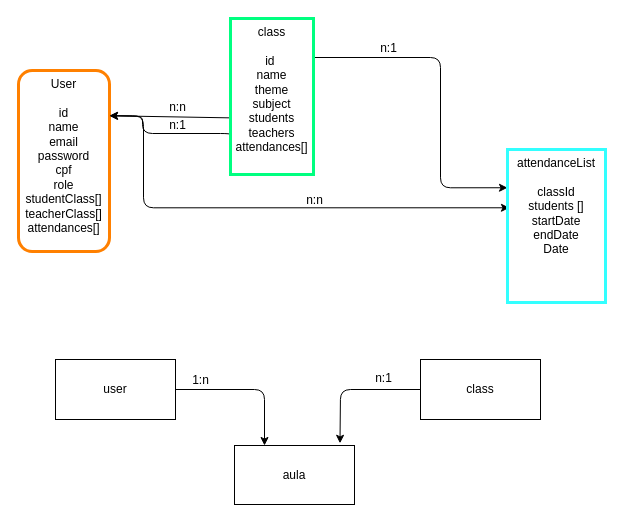
Above: server/project.drawio in Leonardo-KF/C0017-Back2 (draw.io), before the change. Source tidied: cells renumbered, new cells numbered last; positions are measured from the earlier drawing's top-left corner, leaving out a move shared by most shapes. Both pictures are drawn from the tidied source at 100%, with x=0, y=0 at pixel (18, 18).
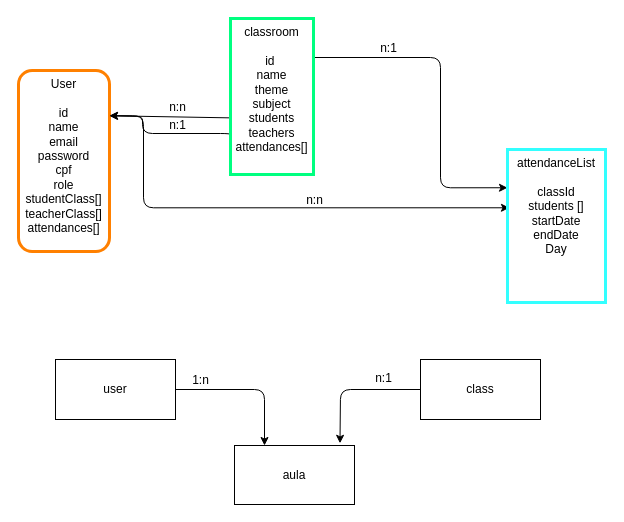
Above is the later version.

Commit message (it also covers changes not shown here):
feat: implement attendanceList and clasroom entity

Change to the diagram source:
```diff
@@
-    <mxCell id="7" value="class&lt;br&gt;&lt;br&gt;id&amp;nbsp;&lt;br&gt;name&lt;br&gt;theme&lt;br&gt;subject&lt;br&gt;students&lt;br&gt;teachers&lt;br&gt;attendances[]" style="whiteSpace=wrap;html=1;strokeColor=#00FF80;strokeWidth=3;verticalAlign=top;" parent="1" vertex="1">
+    <mxCell id="7" value="classroom&lt;br&gt;&lt;br&gt;id&amp;nbsp;&lt;br&gt;name&lt;br&gt;theme&lt;br&gt;subject&lt;br&gt;students&lt;br&gt;teachers&lt;br&gt;attendances[]" style="whiteSpace=wrap;html=1;strokeColor=#00FF80;strokeWidth=3;verticalAlign=top;" parent="1" vertex="1">
       <mxGeometry x="212" width="83" height="156" as="geometry" />
     </mxCell>
@@
-    <mxCell id="10" value="attendanceList&lt;br&gt;&lt;br&gt;classId&lt;br&gt;students []&lt;br&gt;startDate&lt;br&gt;endDate&lt;br&gt;Date" style="whiteSpace=wrap;html=1;strokeColor=#33FFFF;strokeWidth=3;verticalAlign=top;" parent="1" vertex="1">
+    <mxCell id="10" value="attendanceList&lt;br&gt;&lt;br&gt;classId&lt;br&gt;students []&lt;br&gt;startDate&lt;br&gt;endDate&lt;br&gt;Day" style="whiteSpace=wrap;html=1;strokeColor=#33FFFF;strokeWidth=3;verticalAlign=top;" parent="1" vertex="1">
       <mxGeometry x="489" y="131" width="98" height="153" as="geometry" />
     </mxCell>
```
